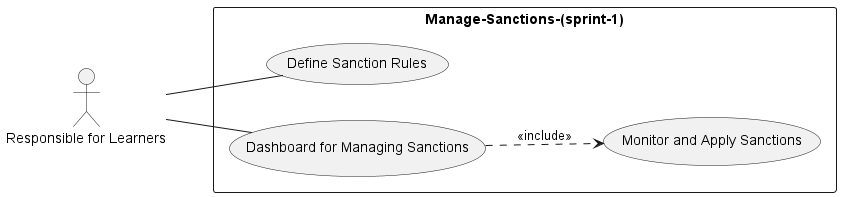
Before: out/Functional Branch/Use Case/Use-Case-Sprint1/Use-Case-Sprint1.png, a diagram exported from PlantUML (Tribak-Ayoub/Project-fil-rouge). The source it was exported from:
```plantuml
@startuml
left to right direction
actor "Responsible for Learners" as Admin

rectangle Manage-Sanctions-(sprint-1) {
  usecase "Define Sanction Rules" as UC1
  usecase "Monitor and Apply Sanctions" as UC2
  usecase "Dashboard for Managing Sanctions" as UC5
}

Admin -- UC1
Admin -- UC5

UC5 ..> UC2 : <<include>>

@enduml
```
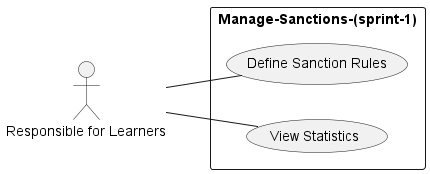
After the change.

Commit message:
import usecase as png

The edit, as a diff of the source:
```diff
@@ -4,13 +4,10 @@
 
 rectangle Manage-Sanctions-(sprint-1) {
   usecase "Define Sanction Rules" as UC1
-  usecase "Monitor and Apply Sanctions" as UC2
-  usecase "Dashboard for Managing Sanctions" as UC5
+ usecase "View Statistics" as UC8
 }
 
 Admin -- UC1
-Admin -- UC5
-
-UC5 ..> UC2 : <<include>>
+Admin -- UC8
 
 @enduml
```
